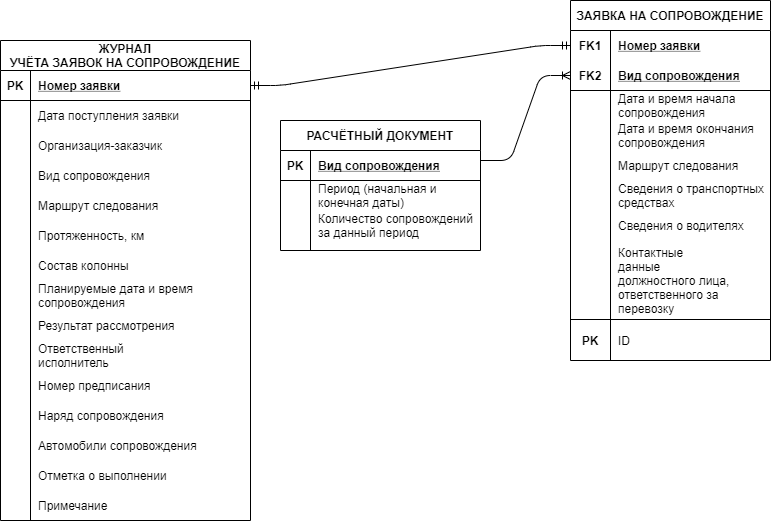
Anton80213/Project-diagrams keeps this draw.io diagram as ER-ДИАГРАММА.png. Above is the earlier version. Source tidied: cells renumbered, new cells last; positions are measured from the earlier drawing's top-left corner, leaving out a move shared by most shapes. Its diagram source:
```xml
<mxGraphModel>
  <root>
    <mxCell id="0" />
    <mxCell id="1" parent="0" />
    <mxCell id="2" value="РАСЧЁТНЫЙ ДОКУМЕНТ" style="shape=table;startSize=30;rowLines=0;fontStyle=1;align=center;" parent="1" vertex="1">
      <mxGeometry x="280" y="120" width="200" height="130" as="geometry" />
    </mxCell>
    <mxCell id="3" style="shape=partialRectangle;fillColor=none;top=0;left=0;bottom=1;right=0;" parent="2" vertex="1">
      <mxGeometry y="30" width="200" height="30" as="geometry" />
    </mxCell>
    <mxCell id="4" value="PK" style="shape=partialRectangle;fillColor=none;top=0;left=0;bottom=0;right=0;fontStyle=1;overflow=hidden;" parent="3" vertex="1">
      <mxGeometry width="30" height="30" as="geometry" />
    </mxCell>
    <mxCell id="5" value="Вид сопровождения" style="shape=partialRectangle;fillColor=none;top=0;left=0;bottom=0;right=0;align=left;spacingLeft=6;fontStyle=5;overflow=hidden;" parent="3" vertex="1">
      <mxGeometry x="30" width="170" height="30" as="geometry" />
    </mxCell>
    <mxCell id="6" style="shape=partialRectangle;fillColor=none;top=0;left=0;bottom=0;right=0;" parent="2" vertex="1">
      <mxGeometry y="60" width="200" height="30" as="geometry" />
    </mxCell>
    <mxCell id="7" style="shape=partialRectangle;fillColor=none;top=0;left=0;bottom=0;right=0;overflow=hidden;" parent="6" vertex="1">
      <mxGeometry width="30" height="30" as="geometry" />
    </mxCell>
    <mxCell id="8" value="Период (начальная и&#10;конечная даты)" style="shape=partialRectangle;fillColor=none;top=0;left=0;bottom=0;right=0;align=left;spacingLeft=6;overflow=hidden;" parent="6" vertex="1">
      <mxGeometry x="30" width="170" height="30" as="geometry" />
    </mxCell>
    <mxCell id="9" style="shape=partialRectangle;fillColor=none;top=0;left=0;bottom=0;right=0;" parent="2" vertex="1">
      <mxGeometry y="90" width="200" height="30" as="geometry" />
    </mxCell>
    <mxCell id="10" style="shape=partialRectangle;fillColor=none;top=0;left=0;bottom=0;right=0;overflow=hidden;" parent="9" vertex="1">
      <mxGeometry width="30" height="30" as="geometry" />
    </mxCell>
    <mxCell id="11" value="Количество сопровождений&#10;за данный период" style="shape=partialRectangle;fillColor=none;top=0;left=0;bottom=0;right=0;align=left;spacingLeft=6;overflow=hidden;" parent="9" vertex="1">
      <mxGeometry x="30" width="170" height="30" as="geometry" />
    </mxCell>
    <mxCell id="12" value="&#10;ЖУРНАЛ &#10;УЧЁТА ЗАЯВОК НА СОПРОВОЖДЕНИЕ&#10; " style="shape=table;startSize=30;rowLines=0;fontStyle=1;align=center;fontFamily=Helvetica;fontSize=12;" parent="1" vertex="1">
      <mxGeometry y="40" width="250" height="480" as="geometry" />
    </mxCell>
    <mxCell id="13" style="shape=partialRectangle;fillColor=none;top=0;left=0;bottom=1;right=0;points=[[0,0.5],[1,0.5]];portConstraint=eastwest;" parent="12" vertex="1">
      <mxGeometry y="30" width="250" height="30" as="geometry" />
    </mxCell>
    <mxCell id="14" value="PK" style="shape=partialRectangle;fillColor=none;top=0;left=0;bottom=0;right=0;fontStyle=1;overflow=hidden;" parent="13" vertex="1">
      <mxGeometry width="30" height="30" as="geometry" />
    </mxCell>
    <mxCell id="15" value="Номер заявки" style="shape=partialRectangle;fillColor=none;top=0;left=0;bottom=0;right=0;align=left;spacingLeft=6;fontStyle=5;overflow=hidden;" parent="13" vertex="1">
      <mxGeometry x="30" width="220" height="30" as="geometry" />
    </mxCell>
    <mxCell id="16" style="shape=partialRectangle;fillColor=none;top=0;left=0;bottom=0;right=0;" parent="12" vertex="1">
      <mxGeometry y="60" width="250" height="30" as="geometry" />
    </mxCell>
    <mxCell id="17" style="shape=partialRectangle;fillColor=none;top=0;left=0;bottom=0;right=0;overflow=hidden;" parent="16" vertex="1">
      <mxGeometry width="30" height="30" as="geometry" />
    </mxCell>
    <mxCell id="18" value="Дата поступления заявки" style="shape=partialRectangle;fillColor=none;top=0;left=0;bottom=0;right=0;align=left;spacingLeft=6;overflow=hidden;" parent="16" vertex="1">
      <mxGeometry x="30" width="220" height="30" as="geometry" />
    </mxCell>
    <mxCell id="19" style="shape=partialRectangle;fillColor=none;top=0;left=0;bottom=0;right=0;" parent="12" vertex="1">
      <mxGeometry y="90" width="250" height="30" as="geometry" />
    </mxCell>
    <mxCell id="20" style="shape=partialRectangle;fillColor=none;top=0;left=0;bottom=0;right=0;overflow=hidden;" parent="19" vertex="1">
      <mxGeometry width="30" height="30" as="geometry" />
    </mxCell>
    <mxCell id="21" value="Организация-заказчик" style="shape=partialRectangle;fillColor=none;top=0;left=0;bottom=0;right=0;align=left;spacingLeft=6;overflow=hidden;" parent="19" vertex="1">
      <mxGeometry x="30" width="220" height="30" as="geometry" />
    </mxCell>
    <mxCell id="22" style="shape=partialRectangle;fillColor=none;top=0;left=0;bottom=0;right=0;" parent="12" vertex="1">
      <mxGeometry y="120" width="250" height="30" as="geometry" />
    </mxCell>
    <mxCell id="23" style="shape=partialRectangle;fillColor=none;top=0;left=0;bottom=0;right=0;overflow=hidden;" parent="22" vertex="1">
      <mxGeometry width="30" height="30" as="geometry" />
    </mxCell>
    <mxCell id="24" value="Вид сопровождения" style="shape=partialRectangle;fillColor=none;top=0;left=0;bottom=0;right=0;align=left;spacingLeft=6;overflow=hidden;" parent="22" vertex="1">
      <mxGeometry x="30" width="220" height="30" as="geometry" />
    </mxCell>
    <mxCell id="25" value="Маршрут следования" style="shape=partialRectangle;fillColor=none;top=0;left=0;bottom=0;right=0;align=left;spacingLeft=6;overflow=hidden;fontFamily=Helvetica;" parent="1" vertex="1">
      <mxGeometry x="30" y="190" width="220" height="30" as="geometry" />
    </mxCell>
    <mxCell id="26" value="Протяженность, км" style="shape=partialRectangle;fillColor=none;top=0;left=0;bottom=0;right=0;align=left;spacingLeft=6;overflow=hidden;fontFamily=Helvetica;" parent="1" vertex="1">
      <mxGeometry x="30" y="220" width="220" height="30" as="geometry" />
    </mxCell>
    <mxCell id="27" value="Состав колонны" style="shape=partialRectangle;fillColor=none;top=0;left=0;bottom=0;right=0;align=left;spacingLeft=6;overflow=hidden;fontFamily=Helvetica;" parent="1" vertex="1">
      <mxGeometry x="30" y="250" width="220" height="30" as="geometry" />
    </mxCell>
    <mxCell id="28" value="Планируемые дата и время&#10;сопровождения" style="shape=partialRectangle;fillColor=none;top=0;left=0;bottom=0;right=0;align=left;spacingLeft=6;overflow=hidden;fontFamily=Helvetica;" parent="1" vertex="1">
      <mxGeometry x="30" y="280" width="220" height="30" as="geometry" />
    </mxCell>
    <mxCell id="29" value="Результат рассмотрения" style="shape=partialRectangle;fillColor=none;top=0;left=0;bottom=0;right=0;align=left;spacingLeft=6;overflow=hidden;fontFamily=Helvetica;" parent="1" vertex="1">
      <mxGeometry x="30" y="310" width="220" height="30" as="geometry" />
    </mxCell>
    <mxCell id="30" value="Ответственный&#10;исполнитель" style="shape=partialRectangle;fillColor=none;top=0;left=0;bottom=0;right=0;align=left;spacingLeft=6;overflow=hidden;fontFamily=Helvetica;" parent="1" vertex="1">
      <mxGeometry x="30" y="340" width="220" height="30" as="geometry" />
    </mxCell>
    <mxCell id="31" value="Номер предписания" style="shape=partialRectangle;fillColor=none;top=0;left=0;bottom=0;right=0;align=left;spacingLeft=6;overflow=hidden;fontFamily=Helvetica;" parent="1" vertex="1">
      <mxGeometry x="30" y="370" width="220" height="30" as="geometry" />
    </mxCell>
    <mxCell id="32" value="Наряд сопровождения" style="shape=partialRectangle;fillColor=none;top=0;left=0;bottom=0;right=0;align=left;spacingLeft=6;overflow=hidden;fontFamily=Helvetica;" parent="1" vertex="1">
      <mxGeometry x="30" y="400" width="220" height="30" as="geometry" />
    </mxCell>
    <mxCell id="33" value="Автомобили сопровождения" style="shape=partialRectangle;fillColor=none;top=0;left=0;bottom=0;right=0;align=left;spacingLeft=6;overflow=hidden;fontFamily=Helvetica;" parent="1" vertex="1">
      <mxGeometry x="30" y="430" width="220" height="30" as="geometry" />
    </mxCell>
    <mxCell id="34" value="Отметка о выполнении" style="shape=partialRectangle;fillColor=none;top=0;left=0;bottom=0;right=0;align=left;spacingLeft=6;overflow=hidden;fontFamily=Helvetica;" parent="1" vertex="1">
      <mxGeometry x="30" y="460" width="220" height="30" as="geometry" />
    </mxCell>
    <mxCell id="35" value="Примечание" style="shape=partialRectangle;fillColor=none;top=0;left=0;bottom=0;right=0;align=left;spacingLeft=6;overflow=hidden;fontFamily=Helvetica;" parent="1" vertex="1">
      <mxGeometry x="30" y="490" width="220" height="30" as="geometry" />
    </mxCell>
    <mxCell id="36" value="ЗАЯВКА НА СОПРОВОЖДЕНИЕ" style="shape=table;startSize=30;rowLines=0;fontStyle=1;align=center;fontFamily=Helvetica;fontSize=12;" parent="1" vertex="1">
      <mxGeometry x="570" width="200" height="360" as="geometry" />
    </mxCell>
    <mxCell id="37" style="shape=partialRectangle;fillColor=none;top=0;left=0;bottom=0;right=0;points=[[0,0.5],[1,0.5]];portConstraint=eastwest;" parent="36" vertex="1">
      <mxGeometry y="30" width="200" height="30" as="geometry" />
    </mxCell>
    <mxCell id="38" value="FK1" style="shape=partialRectangle;fillColor=none;top=0;left=0;bottom=0;right=0;fontStyle=1;overflow=hidden;" parent="37" vertex="1">
      <mxGeometry width="40" height="30" as="geometry" />
    </mxCell>
    <mxCell id="39" value="Номер заявки" style="shape=partialRectangle;fillColor=none;top=0;left=0;bottom=0;right=0;align=left;spacingLeft=6;fontStyle=5;overflow=hidden;" parent="37" vertex="1">
      <mxGeometry x="40" width="160" height="30" as="geometry" />
    </mxCell>
    <mxCell id="40" style="shape=partialRectangle;fillColor=none;top=0;left=0;bottom=1;right=0;points=[[0,0.5],[1,0.5]];portConstraint=eastwest;" parent="36" vertex="1">
      <mxGeometry y="60" width="200" height="30" as="geometry" />
    </mxCell>
    <mxCell id="41" value="FK2" style="shape=partialRectangle;fillColor=none;top=0;left=0;bottom=0;right=0;fontStyle=1;overflow=hidden;" parent="40" vertex="1">
      <mxGeometry width="40" height="30" as="geometry" />
    </mxCell>
    <mxCell id="42" value="Вид сопровождения" style="shape=partialRectangle;fillColor=none;top=0;left=0;bottom=0;right=0;align=left;spacingLeft=6;fontStyle=5;overflow=hidden;" parent="40" vertex="1">
      <mxGeometry x="40" width="160" height="30" as="geometry" />
    </mxCell>
    <mxCell id="43" style="shape=partialRectangle;fillColor=none;top=0;left=0;bottom=0;right=0;" parent="36" vertex="1">
      <mxGeometry y="90" width="200" height="30" as="geometry" />
    </mxCell>
    <mxCell id="44" style="shape=partialRectangle;fillColor=none;top=0;left=0;bottom=0;right=0;overflow=hidden;" parent="43" vertex="1">
      <mxGeometry width="40" height="30" as="geometry" />
    </mxCell>
    <mxCell id="45" value="Дата и время начала &#10;сопровождения" style="shape=partialRectangle;fillColor=none;top=0;left=0;bottom=0;right=0;align=left;spacingLeft=6;overflow=hidden;" parent="43" vertex="1">
      <mxGeometry x="40" width="160" height="30" as="geometry" />
    </mxCell>
    <mxCell id="46" style="shape=partialRectangle;fillColor=none;top=0;left=0;bottom=0;right=0;" parent="36" vertex="1">
      <mxGeometry y="120" width="200" height="30" as="geometry" />
    </mxCell>
    <mxCell id="47" style="shape=partialRectangle;fillColor=none;top=0;left=0;bottom=0;right=0;overflow=hidden;" parent="46" vertex="1">
      <mxGeometry width="40" height="30" as="geometry" />
    </mxCell>
    <mxCell id="48" value="Дата и время окончания&#10;сопровождения" style="shape=partialRectangle;fillColor=none;top=0;left=0;bottom=0;right=0;align=left;spacingLeft=6;overflow=hidden;" parent="46" vertex="1">
      <mxGeometry x="40" width="160" height="30" as="geometry" />
    </mxCell>
    <mxCell id="49" value="Маршрут следования" style="shape=partialRectangle;fillColor=none;top=0;left=0;bottom=0;right=0;align=left;spacingLeft=6;overflow=hidden;" parent="1" vertex="1">
      <mxGeometry x="610" y="150" width="160" height="30" as="geometry" />
    </mxCell>
    <mxCell id="50" value="Сведения о транспортных&#10;средствах" style="shape=partialRectangle;fillColor=none;top=0;left=0;bottom=0;right=0;align=left;spacingLeft=6;overflow=hidden;" parent="1" vertex="1">
      <mxGeometry x="610" y="180" width="160" height="30" as="geometry" />
    </mxCell>
    <mxCell id="51" value="Сведения о водителях" style="shape=partialRectangle;fillColor=none;top=0;left=0;bottom=0;right=0;align=left;spacingLeft=6;overflow=hidden;" parent="1" vertex="1">
      <mxGeometry x="610" y="210" width="160" height="30" as="geometry" />
    </mxCell>
    <mxCell id="52" value="Контактные&#10;данные &#10;должностного лица,&#10;ответственного за&#10;перевозку" style="shape=partialRectangle;fillColor=none;top=0;left=0;bottom=0;right=0;align=left;spacingLeft=6;overflow=hidden;" parent="1" vertex="1">
      <mxGeometry x="610" y="240" width="160" height="80" as="geometry" />
    </mxCell>
    <mxCell id="53" style="edgeStyle=entityRelationEdgeStyle;fontSize=12;html=1;endArrow=ERmandOne;startArrow=ERmandOne;fontFamily=Helvetica;entryX=0;entryY=0.5;entryDx=0;entryDy=0;exitX=1;exitY=0.5;exitDx=0;exitDy=0;" parent="1" edge="1" source="13" target="37">
      <mxGeometry relative="1" as="geometry" />
    </mxCell>
    <mxCell id="54" style="edgeStyle=entityRelationEdgeStyle;fontSize=12;html=1;endArrow=ERoneToMany;fontFamily=Helvetica;entryX=0;entryY=0.5;entryDx=0;entryDy=0;" parent="1" edge="1" target="40">
      <mxGeometry relative="1" as="geometry">
        <mxPoint x="480" y="160" as="sourcePoint" />
      </mxGeometry>
    </mxCell>
    <mxCell id="55" value="ID" style="shape=partialRectangle;fillColor=none;top=0;left=0;bottom=0;right=0;align=left;spacingLeft=6;overflow=hidden;" parent="1" vertex="1">
      <mxGeometry x="610" y="325" width="160" height="30" as="geometry" />
    </mxCell>
    <mxCell id="56" style="endArrow=none;html=1;rounded=0;fontFamily=Helvetica;fontSize=12;" parent="1" edge="1">
      <mxGeometry relative="1" as="geometry">
        <mxPoint x="570" y="319" as="sourcePoint" />
        <mxPoint x="770" y="319" as="targetPoint" />
      </mxGeometry>
    </mxCell>
    <mxCell id="57" value="PK" style="shape=partialRectangle;fillColor=none;top=0;left=0;bottom=0;right=0;fontStyle=1;overflow=hidden;" parent="1" vertex="1">
      <mxGeometry x="570" y="320" width="40" height="40" as="geometry" />
    </mxCell>
  </root>
</mxGraphModel>
```
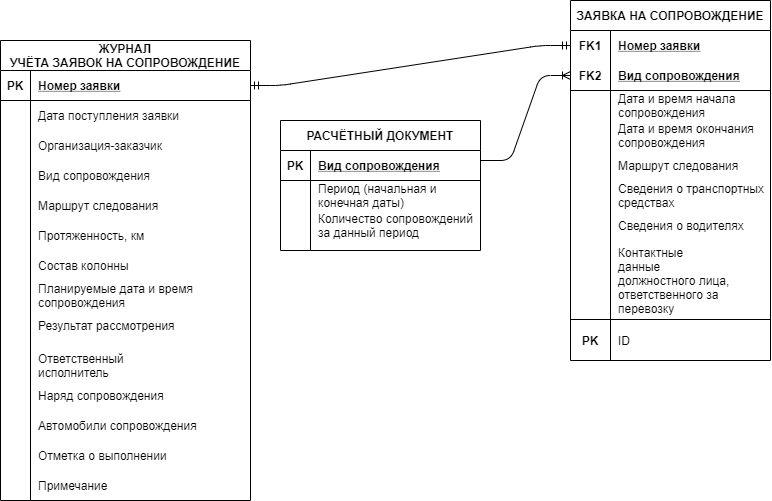
After the commit.

Diff of the diagram source:
```diff
@@ -33,7 +33,7 @@
       <mxGeometry x="30" width="170" height="30" as="geometry" />
     </mxCell>
     <mxCell id="12" value="&#10;ЖУРНАЛ &#10;УЧЁТА ЗАЯВОК НА СОПРОВОЖДЕНИЕ&#10; " style="shape=table;startSize=30;rowLines=0;fontStyle=1;align=center;fontFamily=Helvetica;fontSize=12;" parent="1" vertex="1">
-      <mxGeometry y="40" width="250" height="480" as="geometry" />
+      <mxGeometry y="40" width="250" height="460" as="geometry" />
     </mxCell>
     <mxCell id="13" style="shape=partialRectangle;fillColor=none;top=0;left=0;bottom=1;right=0;points=[[0,0.5],[1,0.5]];portConstraint=eastwest;" parent="12" vertex="1">
       <mxGeometry y="30" width="250" height="30" as="geometry" />
@@ -87,22 +87,19 @@
       <mxGeometry x="30" y="310" width="220" height="30" as="geometry" />
     </mxCell>
     <mxCell id="30" value="Ответственный&#10;исполнитель" style="shape=partialRectangle;fillColor=none;top=0;left=0;bottom=0;right=0;align=left;spacingLeft=6;overflow=hidden;fontFamily=Helvetica;" parent="1" vertex="1">
-      <mxGeometry x="30" y="340" width="220" height="30" as="geometry" />
+      <mxGeometry x="30" y="350" width="220" height="30" as="geometry" />
     </mxCell>
-    <mxCell id="31" value="Номер предписания" style="shape=partialRectangle;fillColor=none;top=0;left=0;bottom=0;right=0;align=left;spacingLeft=6;overflow=hidden;fontFamily=Helvetica;" parent="1" vertex="1">
-      <mxGeometry x="30" y="370" width="220" height="30" as="geometry" />
-    </mxCell>
     <mxCell id="32" value="Наряд сопровождения" style="shape=partialRectangle;fillColor=none;top=0;left=0;bottom=0;right=0;align=left;spacingLeft=6;overflow=hidden;fontFamily=Helvetica;" parent="1" vertex="1">
-      <mxGeometry x="30" y="400" width="220" height="30" as="geometry" />
+      <mxGeometry x="30" y="380" width="220" height="30" as="geometry" />
     </mxCell>
     <mxCell id="33" value="Автомобили сопровождения" style="shape=partialRectangle;fillColor=none;top=0;left=0;bottom=0;right=0;align=left;spacingLeft=6;overflow=hidden;fontFamily=Helvetica;" parent="1" vertex="1">
-      <mxGeometry x="30" y="430" width="220" height="30" as="geometry" />
+      <mxGeometry x="30" y="410" width="220" height="30" as="geometry" />
     </mxCell>
     <mxCell id="34" value="Отметка о выполнении" style="shape=partialRectangle;fillColor=none;top=0;left=0;bottom=0;right=0;align=left;spacingLeft=6;overflow=hidden;fontFamily=Helvetica;" parent="1" vertex="1">
-      <mxGeometry x="30" y="460" width="220" height="30" as="geometry" />
+      <mxGeometry x="30" y="440" width="220" height="30" as="geometry" />
     </mxCell>
     <mxCell id="35" value="Примечание" style="shape=partialRectangle;fillColor=none;top=0;left=0;bottom=0;right=0;align=left;spacingLeft=6;overflow=hidden;fontFamily=Helvetica;" parent="1" vertex="1">
-      <mxGeometry x="30" y="490" width="220" height="30" as="geometry" />
+      <mxGeometry x="30" y="470" width="220" height="30" as="geometry" />
     </mxCell>
     <mxCell id="36" value="ЗАЯВКА НА СОПРОВОЖДЕНИЕ" style="shape=table;startSize=30;rowLines=0;fontStyle=1;align=center;fontFamily=Helvetica;fontSize=12;" parent="1" vertex="1">
       <mxGeometry x="570" width="200" height="360" as="geometry" />
```
